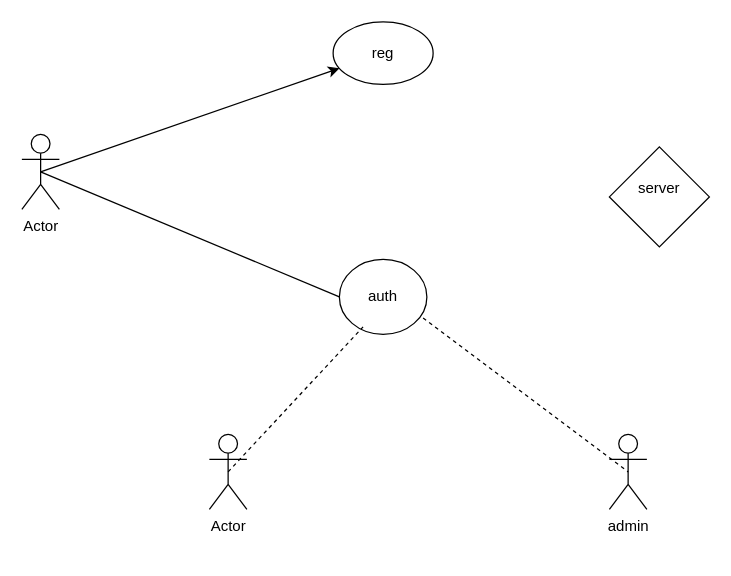
The draw.io diagram UseCase.drawio in Khubashvili-Luka/QtLabs, before the edit. Source tidied: cells renumbered, new cells numbered last; positions are measured from the earlier drawing's top-left corner, leaving out a move shared by most shapes. Both pictures are drawn from the tidied source at 125%, with x=0, y=0 at pixel (21, 21).
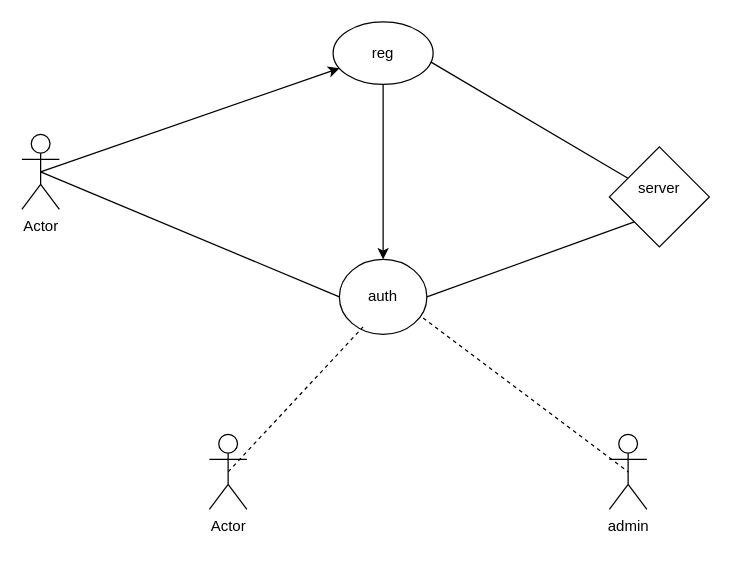
The same page after the edit.

Change to the diagram source:
```diff
@@
 <mxGraphModel>
   <root>
     <mxCell id="0" />
     <mxCell id="1" parent="0" />
     <mxCell id="2" value="Actor" style="shape=umlActor;verticalLabelPosition=bottom;verticalAlign=top;html=1;outlineConnect=0;" parent="1" vertex="1">
       <mxGeometry y="90" width="30" height="60" as="geometry" />
     </mxCell>
     <mxCell id="3" value="Actor" style="shape=umlActor;verticalLabelPosition=bottom;verticalAlign=top;html=1;outlineConnect=0;" parent="1" vertex="1">
       <mxGeometry x="150" y="330" width="30" height="60" as="geometry" />
     </mxCell>
     <mxCell id="4" value="&lt;div&gt;admin&lt;/div&gt;&lt;div&gt;&lt;br&gt;&lt;/div&gt;" style="shape=umlActor;verticalLabelPosition=bottom;verticalAlign=top;html=1;outlineConnect=0;" parent="1" vertex="1">
       <mxGeometry x="470" y="330" width="30" height="60" as="geometry" />
     </mxCell>
     <mxCell id="5" value="reg" style="ellipse;whiteSpace=wrap;html=1;" parent="1" vertex="1">
       <mxGeometry x="249" width="80" height="50" as="geometry" />
     </mxCell>
     <mxCell id="6" value="auth" style="ellipse;whiteSpace=wrap;html=1;" parent="1" vertex="1">
       <mxGeometry x="254" y="190" width="70" height="60" as="geometry" />
     </mxCell>
     <mxCell id="7" style="endArrow=none;html=1;rounded=0;entryX=0;entryY=0.5;entryDx=0;entryDy=0;exitX=0.5;exitY=0.5;exitDx=0;exitDy=0;exitPerimeter=0;" parent="1" edge="1" source="2" target="6">
       <mxGeometry relative="1" as="geometry" />
     </mxCell>
     <mxCell id="8" style="endArrow=classic;html=1;rounded=0;exitX=0.5;exitY=0.5;exitDx=0;exitDy=0;exitPerimeter=0;" parent="1" edge="1" source="2" target="5">
       <mxGeometry relative="1" as="geometry" />
     </mxCell>
     <mxCell id="9" value="&lt;div&gt;server&lt;/div&gt;&lt;div&gt;&lt;br&gt;&lt;/div&gt;" style="rhombus;whiteSpace=wrap;html=1;" parent="1" vertex="1">
       <mxGeometry x="470" y="100" width="80" height="80" as="geometry" />
     </mxCell>
     <mxCell id="10" style="endArrow=none;dashed=1;html=1;rounded=0;entryX=0.271;entryY=0.9;entryDx=0;entryDy=0;entryPerimeter=0;exitX=0.5;exitY=0.5;exitDx=0;exitDy=0;exitPerimeter=0;" parent="1" edge="1" source="3" target="6">
       <mxGeometry relative="1" as="geometry" />
     </mxCell>
     <mxCell id="11" style="endArrow=none;dashed=1;html=1;rounded=0;exitX=0.957;exitY=0.783;exitDx=0;exitDy=0;exitPerimeter=0;entryX=0.5;entryY=0.5;entryDx=0;entryDy=0;entryPerimeter=0;" parent="1" edge="1" source="6" target="4">
       <mxGeometry relative="1" as="geometry" />
     </mxCell>
+    <mxCell id="12" style="endArrow=none;html=1;rounded=0;entryX=0.975;entryY=0.64;entryDx=0;entryDy=0;entryPerimeter=0;" parent="1" edge="1" source="9" target="5">
+      <mxGeometry relative="1" as="geometry" />
+    </mxCell>
+    <mxCell id="13" style="endArrow=classic;html=1;rounded=0;exitX=0.5;exitY=1;exitDx=0;exitDy=0;entryX=0.5;entryY=0;entryDx=0;entryDy=0;" parent="1" edge="1" source="5" target="6">
+      <mxGeometry relative="1" as="geometry" />
+    </mxCell>
+    <mxCell id="14" style="endArrow=none;html=1;rounded=0;entryX=0;entryY=1;entryDx=0;entryDy=0;exitX=1;exitY=0.5;exitDx=0;exitDy=0;" parent="1" edge="1" source="6" target="9">
+      <mxGeometry relative="1" as="geometry" />
+    </mxCell>
   </root>
 </mxGraphModel>
```
